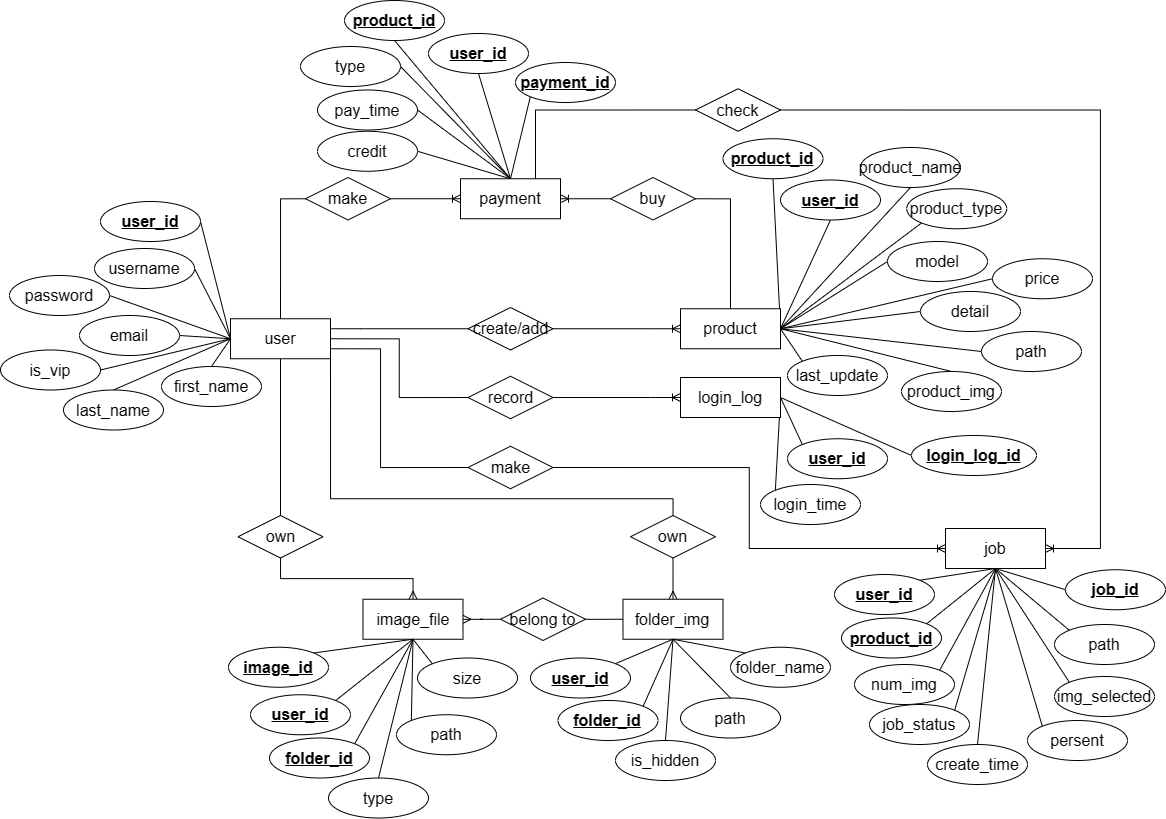
Earlier version of the draw.io export Docs/ER_diagram.png (SuteeSaraphan/IPAuTSoNS). Source tidied: cells renumbered, new cells last; positions are measured from the earlier drawing's top-left corner, leaving out a move shared by most shapes.
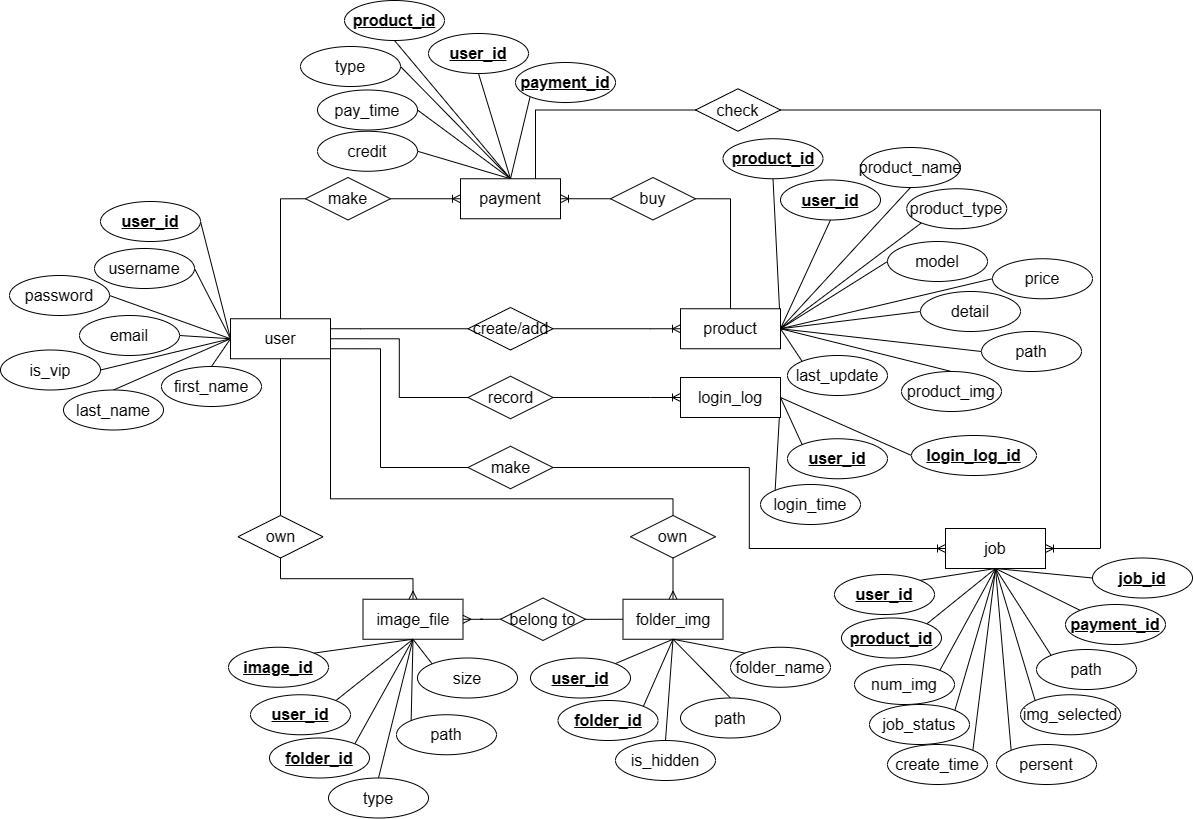
The same file after the commit.

What changed in the source:
```diff
@@ -245,7 +245,7 @@
       <mxGeometry relative="1" as="geometry" />
     </mxCell>
     <mxCell id="75" value="&lt;span style=&quot;text-align: left; font-size: 16px;&quot;&gt;path&lt;/span&gt;" style="ellipse;whiteSpace=wrap;html=1;align=center;fontSize=16;labelBackgroundColor=none;" parent="1" vertex="1">
-      <mxGeometry x="1054" y="624" width="100" height="40" as="geometry" />
+      <mxGeometry x="1036" y="649" width="100" height="40" as="geometry" />
     </mxCell>
     <mxCell id="76" style="edgeStyle=none;rounded=0;jettySize=auto;html=1;exitX=1;exitY=0;exitDx=0;exitDy=0;strokeColor=default;endArrow=none;endFill=0;entryX=0.5;entryY=1;entryDx=0;entryDy=0;fontSize=16;labelBackgroundColor=none;" parent="1" edge="1" source="77" target="16">
       <mxGeometry relative="1" as="geometry" />
@@ -263,7 +263,7 @@
       <mxGeometry relative="1" as="geometry" />
     </mxCell>
     <mxCell id="81" value="job_id" style="ellipse;whiteSpace=wrap;html=1;align=center;fontStyle=5;fontSize=16;labelBackgroundColor=none;" parent="1" vertex="1">
-      <mxGeometry x="1065" y="569.2" width="100" height="40" as="geometry" />
+      <mxGeometry x="1092" y="557.5" width="100" height="40" as="geometry" />
     </mxCell>
     <mxCell id="82" style="edgeStyle=none;rounded=0;jettySize=auto;html=1;exitX=1;exitY=0;exitDx=0;exitDy=0;strokeColor=default;endArrow=none;endFill=0;fontSize=16;labelBackgroundColor=none;" parent="1" edge="1" source="83">
       <mxGeometry relative="1" as="geometry">
@@ -277,7 +277,7 @@
       <mxGeometry relative="1" as="geometry" />
     </mxCell>
     <mxCell id="85" value="&lt;div style=&quot;text-align: left;&quot;&gt;&lt;span style=&quot;background-color: initial;&quot;&gt;persent&lt;/span&gt;&lt;/div&gt;" style="ellipse;whiteSpace=wrap;html=1;align=center;fontSize=16;labelBackgroundColor=none;" parent="1" vertex="1">
-      <mxGeometry x="1027" y="720" width="100" height="40" as="geometry" />
+      <mxGeometry x="996" y="744" width="100" height="40" as="geometry" />
     </mxCell>
     <mxCell id="86" value="&lt;span style=&quot;font-size: 16px;&quot;&gt;&lt;font style=&quot;font-size: 16px;&quot;&gt;own&lt;/font&gt;&lt;/span&gt;" style="shape=rhombus;perimeter=rhombusPerimeter;whiteSpace=wrap;html=1;align=center;fontSize=16;labelBackgroundColor=none;" parent="1" vertex="1">
       <mxGeometry x="237.5" y="515" width="85" height="42.5" as="geometry" />
@@ -382,13 +382,13 @@
       <mxGeometry x="161" y="366" width="100" height="40" as="geometry" />
     </mxCell>
     <mxCell id="120" value="&lt;span style=&quot;text-align: left; font-size: 16px;&quot;&gt;img_selected&lt;/span&gt;" style="ellipse;whiteSpace=wrap;html=1;align=center;fontSize=16;labelBackgroundColor=none;" parent="1" vertex="1">
-      <mxGeometry x="1054" y="676" width="100" height="40" as="geometry" />
+      <mxGeometry x="1020" y="694.2" width="100" height="40" as="geometry" />
     </mxCell>
-    <mxCell id="121" style="rounded=0;jettySize=auto;html=1;exitX=0.5;exitY=0;exitDx=0;exitDy=0;entryX=0.5;entryY=1;entryDx=0;entryDy=0;strokeColor=default;endArrow=none;endFill=0;" parent="1" edge="1" source="122" target="16">
+    <mxCell id="121" style="rounded=0;jettySize=auto;html=1;entryX=0.5;entryY=1;entryDx=0;entryDy=0;strokeColor=default;endArrow=none;endFill=0;exitX=1;exitY=0;exitDx=0;exitDy=0;" parent="1" edge="1" source="122" target="16">
       <mxGeometry relative="1" as="geometry" />
     </mxCell>
     <mxCell id="122" value="&lt;span style=&quot;text-align: left; font-size: 16px;&quot;&gt;create_time&lt;/span&gt;" style="ellipse;whiteSpace=wrap;html=1;align=center;fontSize=16;labelBackgroundColor=none;" parent="1" vertex="1">
-      <mxGeometry x="927" y="744" width="100" height="40" as="geometry" />
+      <mxGeometry x="887" y="744" width="100" height="40" as="geometry" />
     </mxCell>
     <mxCell id="123" value="&lt;span style=&quot;text-align: left; font-size: 16px;&quot;&gt;detail&lt;/span&gt;" style="ellipse;whiteSpace=wrap;html=1;align=center;fontSize=16;labelBackgroundColor=none;" parent="1" vertex="1">
       <mxGeometry x="920" y="291" width="100" height="40" as="geometry" />
@@ -402,5 +402,11 @@
     <mxCell id="126" value="&lt;span style=&quot;text-align: left; font-size: 16px;&quot;&gt;last_update&lt;/span&gt;" style="ellipse;whiteSpace=wrap;html=1;align=center;fontSize=16;labelBackgroundColor=none;" parent="1" vertex="1">
       <mxGeometry x="787" y="355" width="100" height="40" as="geometry" />
     </mxCell>
+    <mxCell id="127" style="rounded=0;jettySize=auto;html=1;exitX=0;exitY=0;exitDx=0;exitDy=0;entryX=0.5;entryY=1;entryDx=0;entryDy=0;endArrow=none;endFill=0;" parent="1" edge="1" source="128" target="16">
+      <mxGeometry relative="1" as="geometry" />
+    </mxCell>
+    <mxCell id="128" value="payment_id" style="ellipse;whiteSpace=wrap;html=1;align=center;fontStyle=5;fontSize=16;labelBackgroundColor=none;" parent="1" vertex="1">
+      <mxGeometry x="1065" y="604" width="100" height="40" as="geometry" />
+    </mxCell>
   </root>
 </mxGraphModel>
```
